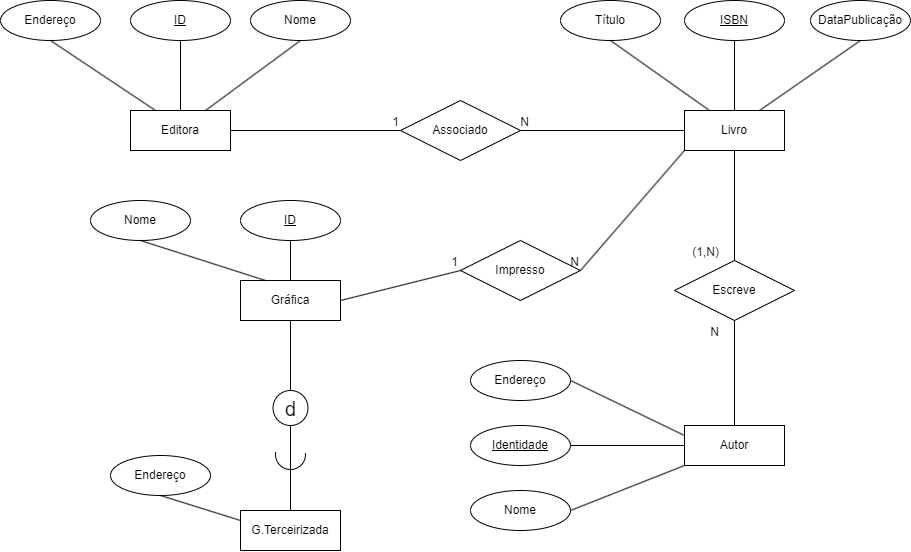
The draw.io diagram exerc2.drawio.png in VitorFonseca123/ExerciciosACH2004_BD, before a commit. Source tidied: cells renumbered, new cells last; positions are measured from the earlier drawing's top-left corner, leaving out a move shared by most shapes.
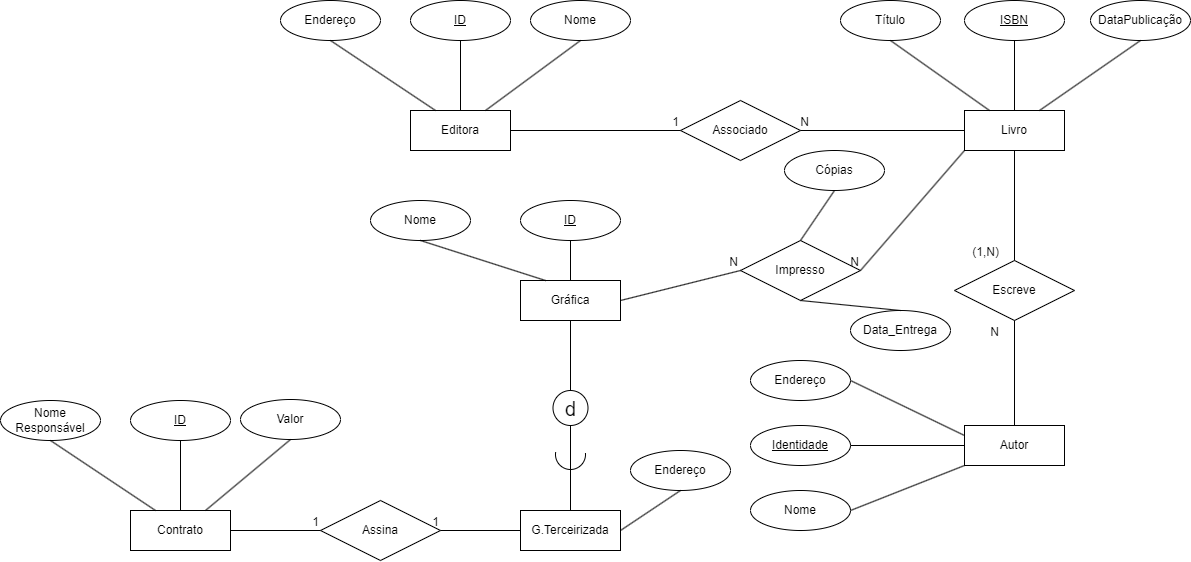
Later version of the same file.

Diff of the diagram source:
```diff
@@ -122,12 +122,6 @@
     <mxCell id="39" style="endArrow=none;html=1;rounded=0;entryX=0.5;entryY=1;entryDx=0;entryDy=0;exitX=0.25;exitY=0;exitDx=0;exitDy=0;" parent="1" edge="1" source="33" target="38">
       <mxGeometry relative="1" as="geometry" />
     </mxCell>
-    <mxCell id="40" value="Endereço" style="ellipse;whiteSpace=wrap;html=1;align=center;" parent="1" vertex="1">
-      <mxGeometry x="110" y="455" width="100" height="40" as="geometry" />
-    </mxCell>
-    <mxCell id="41" style="endArrow=none;html=1;rounded=0;exitX=0.5;exitY=1;exitDx=0;exitDy=0;entryX=0;entryY=0.25;entryDx=0;entryDy=0;" parent="1" edge="1" source="40" target="35">
-      <mxGeometry relative="1" as="geometry" />
-    </mxCell>
     <mxCell id="42" style="endArrow=none;html=1;rounded=0;exitX=0.5;exitY=1;exitDx=0;exitDy=0;entryX=0.5;entryY=0;entryDx=0;entryDy=0;" parent="1" edge="1" source="33" target="34">
       <mxGeometry relative="1" as="geometry" />
     </mxCell>
@@ -143,7 +137,7 @@
     <mxCell id="46" style="endArrow=none;html=1;rounded=0;exitX=1;exitY=0.5;exitDx=0;exitDy=0;entryX=0;entryY=0.5;entryDx=0;entryDy=0;" parent="1" edge="1" source="33" target="45">
       <mxGeometry relative="1" as="geometry" />
     </mxCell>
-    <mxCell id="47" value="1" style="html=1;whiteSpace=wrap;align=right;verticalAlign=bottom;" parent="46" vertex="1">
+    <mxCell id="47" value="N" style="html=1;whiteSpace=wrap;align=right;verticalAlign=bottom;" parent="46" vertex="1">
       <mxGeometry x="1" relative="1" as="geometry" />
     </mxCell>
     <mxCell id="48" style="endArrow=none;html=1;rounded=0;entryX=1;entryY=0.5;entryDx=0;entryDy=0;exitX=0;exitY=1;exitDx=0;exitDy=0;" parent="1" edge="1" source="2" target="45">
@@ -152,5 +146,61 @@
     <mxCell id="49" value="N" style="html=1;whiteSpace=wrap;align=right;verticalAlign=bottom;" parent="48" vertex="1">
       <mxGeometry x="1" relative="1" as="geometry" />
     </mxCell>
+    <mxCell id="40" value="Endereço" style="ellipse;whiteSpace=wrap;html=1;align=center;" parent="1" vertex="1">
+      <mxGeometry x="350" y="450" width="100" height="40" as="geometry" />
+    </mxCell>
+    <mxCell id="41" style="endArrow=none;html=1;rounded=0;entryX=1;entryY=0.5;entryDx=0;entryDy=0;exitX=0.5;exitY=1;exitDx=0;exitDy=0;" parent="1" edge="1" source="40" target="35">
+      <mxGeometry relative="1" as="geometry" />
+    </mxCell>
+    <mxCell id="50" value="Contrato" style="whiteSpace=wrap;html=1;align=center;" parent="1" vertex="1">
+      <mxGeometry x="-150" y="510" width="100" height="40" as="geometry" />
+    </mxCell>
+    <mxCell id="51" value="ID" style="ellipse;whiteSpace=wrap;html=1;align=center;fontStyle=4;" parent="1" vertex="1">
+      <mxGeometry x="-150" y="400" width="100" height="40" as="geometry" />
+    </mxCell>
+    <mxCell id="52" value="Cópias" style="ellipse;whiteSpace=wrap;html=1;align=center;" parent="1" vertex="1">
+      <mxGeometry x="504" y="150" width="100" height="40" as="geometry" />
+    </mxCell>
+    <mxCell id="53" style="endArrow=none;html=1;rounded=0;entryX=0.5;entryY=1;entryDx=0;entryDy=0;exitX=0.5;exitY=0;exitDx=0;exitDy=0;" parent="1" edge="1" source="45" target="52">
+      <mxGeometry relative="1" as="geometry" />
+    </mxCell>
+    <mxCell id="54" value="Data_Entrega" style="ellipse;whiteSpace=wrap;html=1;align=center;" parent="1" vertex="1">
+      <mxGeometry x="570" y="310" width="100" height="40" as="geometry" />
+    </mxCell>
+    <mxCell id="55" style="endArrow=none;html=1;rounded=0;entryX=0.5;entryY=0;entryDx=0;entryDy=0;exitX=0.5;exitY=1;exitDx=0;exitDy=0;" parent="1" edge="1" source="45" target="54">
+      <mxGeometry relative="1" as="geometry" />
+    </mxCell>
+    <mxCell id="56" style="endArrow=none;html=1;rounded=0;exitX=0.5;exitY=1;exitDx=0;exitDy=0;entryX=0.5;entryY=0;entryDx=0;entryDy=0;" parent="1" edge="1" source="51" target="50">
+      <mxGeometry relative="1" as="geometry" />
+    </mxCell>
+    <mxCell id="57" value="Nome Responsável" style="ellipse;whiteSpace=wrap;html=1;align=center;" parent="1" vertex="1">
+      <mxGeometry x="-280" y="400" width="100" height="40" as="geometry" />
+    </mxCell>
+    <mxCell id="58" style="endArrow=none;html=1;rounded=0;entryX=0.5;entryY=1;entryDx=0;entryDy=0;exitX=0.25;exitY=0;exitDx=0;exitDy=0;" parent="1" edge="1" source="50" target="57">
+      <mxGeometry relative="1" as="geometry" />
+    </mxCell>
+    <mxCell id="59" value="Valor" style="ellipse;whiteSpace=wrap;html=1;align=center;" parent="1" vertex="1">
+      <mxGeometry x="-40" y="399" width="100" height="40" as="geometry" />
+    </mxCell>
+    <mxCell id="60" style="endArrow=none;html=1;rounded=0;entryX=0.5;entryY=1;entryDx=0;entryDy=0;exitX=0.75;exitY=0;exitDx=0;exitDy=0;" parent="1" edge="1" source="50" target="59">
+      <mxGeometry relative="1" as="geometry" />
+    </mxCell>
+    <mxCell id="61" value="Assina&lt;br&gt;" style="shape=rhombus;perimeter=rhombusPerimeter;whiteSpace=wrap;html=1;align=center;" parent="1" vertex="1">
+      <mxGeometry x="40" y="500" width="120" height="60" as="geometry" />
+    </mxCell>
+    <mxCell id="62" style="endArrow=none;html=1;rounded=0;entryX=0;entryY=0.5;entryDx=0;entryDy=0;" parent="1" edge="1" target="61">
+      <mxGeometry relative="1" as="geometry">
+        <mxPoint x="-50" y="530" as="sourcePoint" />
+      </mxGeometry>
+    </mxCell>
+    <mxCell id="63" value="1" style="html=1;whiteSpace=wrap;align=right;verticalAlign=bottom;" parent="62" vertex="1">
+      <mxGeometry x="1" relative="1" as="geometry" />
+    </mxCell>
+    <mxCell id="64" style="endArrow=none;html=1;rounded=0;entryX=1;entryY=0.5;entryDx=0;entryDy=0;exitX=0;exitY=0.5;exitDx=0;exitDy=0;" parent="1" edge="1" source="35" target="61">
+      <mxGeometry relative="1" as="geometry" />
+    </mxCell>
+    <mxCell id="65" value="1" style="html=1;whiteSpace=wrap;align=right;verticalAlign=bottom;" parent="64" vertex="1">
+      <mxGeometry x="1" relative="1" as="geometry" />
+    </mxCell>
   </root>
 </mxGraphModel>
```
